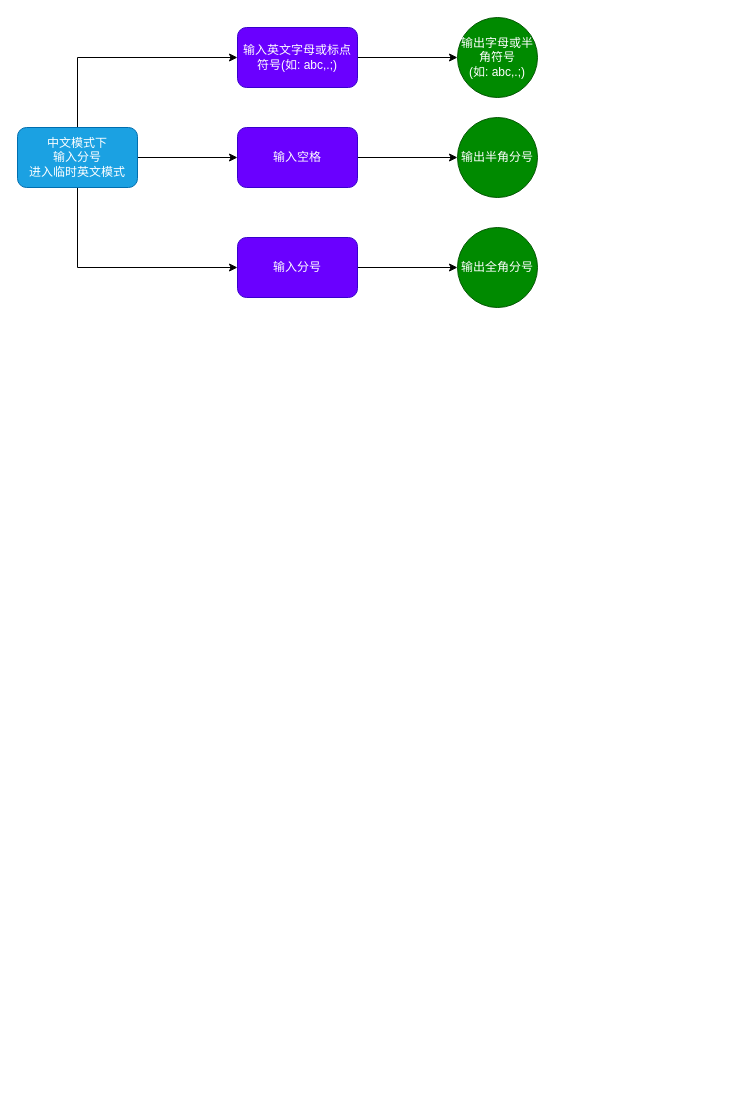
Before: 临时英文模式.drawio in qwertyyb/draw.io, a draw.io diagram. Source tidied: cells renumbered, new cells numbered last; positions are measured from the earlier drawing's top-left corner, leaving out a move shared by most shapes. Both pictures are drawn from the tidied source at 100%, with x=0, y=0 at pixel (17, 17).
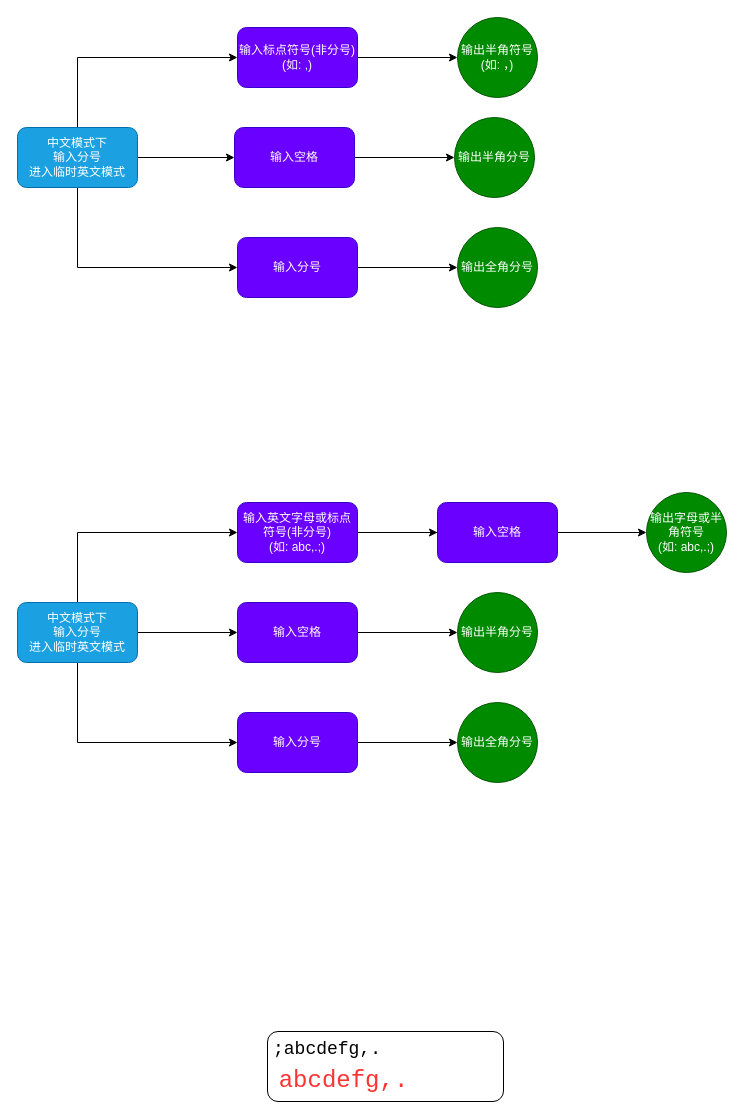
Above is the later version.

Commit message:
更新临时英文模式.drawio

Unchanged cells that the change refers to:
```xml
<mxCell id="5" value="中文模式下&lt;br&gt;输入分号&lt;br&gt;进入临时英文模式" style="rounded=1;whiteSpace=wrap;html=1;fillColor=#1ba1e2;fontColor=#ffffff;strokeColor=#006EAF;" parent="1" vertex="1">
  <mxGeometry y="110" width="120" height="60" as="geometry" />
</mxCell>
```

Change to the diagram source:
```diff
@@
-    <mxCell id="4" style="edgeStyle=orthogonalEdgeStyle;rounded=0;jettySize=auto;html=1;exitX=1;exitY=0.5;exitDx=0;exitDy=0;entryX=0;entryY=0.5;entryDx=0;entryDy=0;" parent="1" edge="1" source="5" target="9">
-      <mxGeometry relative="1" as="geometry" />
-    </mxCell>
+    <mxCell id="15" style="edgeStyle=orthogonalEdgeStyle;rounded=0;jettySize=auto;html=1;exitX=1;exitY=0.5;exitDx=0;exitDy=0;" parent="1" edge="1" source="5" target="31">
+      <mxGeometry relative="1" as="geometry" />
+    </mxCell>
@@
-    <mxCell id="7" value="输入英文字母或标点符号(如: abc,.;)" style="rounded=1;whiteSpace=wrap;html=1;fillColor=#6a00ff;fontColor=#ffffff;strokeColor=#3700CC;" parent="1" vertex="1">
+    <mxCell id="7" value="输入标点符号(非分号)&lt;br&gt;(如: ,)" style="rounded=1;whiteSpace=wrap;html=1;fillColor=#6a00ff;fontColor=#ffffff;strokeColor=#3700CC;" parent="1" vertex="1">
       <mxGeometry x="220" y="10" width="120" height="60" as="geometry" />
     </mxCell>
-    <mxCell id="8" style="edgeStyle=orthogonalEdgeStyle;rounded=0;jettySize=auto;html=1;" parent="1" edge="1" source="9" target="12">
-      <mxGeometry relative="1" as="geometry" />
-    </mxCell>
-    <mxCell id="9" value="输入空格" style="rounded=1;whiteSpace=wrap;html=1;fillColor=#6a00ff;fontColor=#ffffff;strokeColor=#3700CC;" parent="1" vertex="1">
-      <mxGeometry x="220" y="110" width="120" height="60" as="geometry" />
-    </mxCell>
@@
-    <mxCell id="12" value="输出半角分号" style="ellipse;whiteSpace=wrap;html=1;rounded=1;fillColor=#008a00;fontColor=#ffffff;strokeColor=#005700;" parent="1" vertex="1">
-      <mxGeometry x="440" y="100" width="80" height="80" as="geometry" />
-    </mxCell>
@@
-    <mxCell id="14" value="输出字母或半角符号&lt;br&gt;(如: abc,.;)" style="ellipse;whiteSpace=wrap;html=1;rounded=1;fillColor=#008a00;fontColor=#ffffff;strokeColor=#005700;" parent="1" vertex="1">
+    <mxCell id="14" value="输出半角符号&lt;br&gt;(如: ，)" style="ellipse;whiteSpace=wrap;html=1;rounded=1;fillColor=#008a00;fontColor=#ffffff;strokeColor=#005700;" parent="1" vertex="1">
       <mxGeometry x="440" width="80" height="80" as="geometry" />
     </mxCell>
+    <mxCell id="16" style="edgeStyle=orthogonalEdgeStyle;rounded=0;jettySize=auto;html=1;exitX=0.5;exitY=0;exitDx=0;exitDy=0;entryX=0;entryY=0.5;entryDx=0;entryDy=0;" parent="1" edge="1" source="19" target="22">
+      <mxGeometry relative="1" as="geometry" />
+    </mxCell>
+    <mxCell id="17" style="edgeStyle=orthogonalEdgeStyle;rounded=0;jettySize=auto;html=1;exitX=0.5;exitY=1;exitDx=0;exitDy=0;entryX=0;entryY=0.5;entryDx=0;entryDy=0;" parent="1" edge="1" source="19" target="26">
+      <mxGeometry relative="1" as="geometry" />
+    </mxCell>
+    <mxCell id="18" style="edgeStyle=orthogonalEdgeStyle;rounded=0;jettySize=auto;html=1;exitX=1;exitY=0.5;exitDx=0;exitDy=0;entryX=0;entryY=0.5;entryDx=0;entryDy=0;" parent="1" edge="1" source="19" target="24">
+      <mxGeometry relative="1" as="geometry" />
+    </mxCell>
+    <mxCell id="19" value="中文模式下&lt;br&gt;输入分号&lt;br&gt;进入临时英文模式" style="rounded=1;whiteSpace=wrap;html=1;fillColor=#1ba1e2;fontColor=#ffffff;strokeColor=#006EAF;" parent="1" vertex="1">
+      <mxGeometry y="585" width="120" height="60" as="geometry" />
+    </mxCell>
+    <mxCell id="20" style="edgeStyle=orthogonalEdgeStyle;rounded=0;jettySize=auto;html=1;" parent="1" edge="1" source="22" target="29">
+      <mxGeometry relative="1" as="geometry" />
+    </mxCell>
+    <mxCell id="21" style="edgeStyle=orthogonalEdgeStyle;rounded=0;jettySize=auto;html=1;" parent="1" edge="1" source="22" target="33">
+      <mxGeometry relative="1" as="geometry" />
+    </mxCell>
+    <mxCell id="22" value="输入英文字母或标点符号(非分号)&lt;br&gt;(如: abc,.;)" style="rounded=1;whiteSpace=wrap;html=1;fillColor=#6a00ff;fontColor=#ffffff;strokeColor=#3700CC;" parent="1" vertex="1">
+      <mxGeometry x="220" y="485" width="120" height="60" as="geometry" />
+    </mxCell>
+    <mxCell id="23" style="edgeStyle=orthogonalEdgeStyle;rounded=0;jettySize=auto;html=1;" parent="1" edge="1" source="24" target="27">
+      <mxGeometry relative="1" as="geometry" />
+    </mxCell>
+    <mxCell id="24" value="输入空格" style="rounded=1;whiteSpace=wrap;html=1;fillColor=#6a00ff;fontColor=#ffffff;strokeColor=#3700CC;" parent="1" vertex="1">
+      <mxGeometry x="220" y="585" width="120" height="60" as="geometry" />
+    </mxCell>
+    <mxCell id="25" style="edgeStyle=orthogonalEdgeStyle;rounded=0;jettySize=auto;html=1;" parent="1" edge="1" source="26" target="28">
+      <mxGeometry relative="1" as="geometry" />
+    </mxCell>
+    <mxCell id="26" value="输入分号" style="rounded=1;whiteSpace=wrap;html=1;fillColor=#6a00ff;fontColor=#ffffff;strokeColor=#3700CC;" parent="1" vertex="1">
+      <mxGeometry x="220" y="695" width="120" height="60" as="geometry" />
+    </mxCell>
+    <mxCell id="27" value="输出半角分号" style="ellipse;whiteSpace=wrap;html=1;rounded=1;fillColor=#008a00;fontColor=#ffffff;strokeColor=#005700;" parent="1" vertex="1">
+      <mxGeometry x="440" y="575" width="80" height="80" as="geometry" />
+    </mxCell>
+    <mxCell id="28" value="输出全角分号" style="ellipse;whiteSpace=wrap;html=1;rounded=1;fillColor=#008a00;fontColor=#ffffff;strokeColor=#005700;" parent="1" vertex="1">
+      <mxGeometry x="440" y="685" width="80" height="80" as="geometry" />
+    </mxCell>
+    <mxCell id="29" value="输出字母或半角符号&lt;br&gt;(如: abc,.;)" style="ellipse;whiteSpace=wrap;html=1;rounded=1;fillColor=#008a00;fontColor=#ffffff;strokeColor=#005700;" parent="1" vertex="1">
+      <mxGeometry x="629" y="475" width="80" height="80" as="geometry" />
+    </mxCell>
+    <mxCell id="30" style="edgeStyle=orthogonalEdgeStyle;rounded=0;jettySize=auto;html=1;" parent="1" edge="1" source="31" target="32">
+      <mxGeometry relative="1" as="geometry" />
+    </mxCell>
+    <mxCell id="31" value="输入空格" style="rounded=1;whiteSpace=wrap;html=1;fillColor=#6a00ff;fontColor=#ffffff;strokeColor=#3700CC;" parent="1" vertex="1">
+      <mxGeometry x="217" y="110" width="120" height="60" as="geometry" />
+    </mxCell>
+    <mxCell id="32" value="输出半角分号" style="ellipse;whiteSpace=wrap;html=1;rounded=1;fillColor=#008a00;fontColor=#ffffff;strokeColor=#005700;" parent="1" vertex="1">
+      <mxGeometry x="437" y="100" width="80" height="80" as="geometry" />
+    </mxCell>
+    <mxCell id="33" value="输入空格" style="rounded=1;whiteSpace=wrap;html=1;fillColor=#6a00ff;fontColor=#ffffff;strokeColor=#3700CC;" parent="1" vertex="1">
+      <mxGeometry x="420" y="485" width="120" height="60" as="geometry" />
+    </mxCell>
+    <mxCell id="34" style="rounded=1;whiteSpace=wrap;html=1;" parent="1" vertex="1">
+      <mxGeometry x="250" y="1014" width="236" height="70" as="geometry" />
+    </mxCell>
+    <mxCell id="35" value=";abcdefg,." style="text;html=1;strokeColor=none;fillColor=none;align=center;verticalAlign=middle;whiteSpace=wrap;rounded=0;fontSize=18;fontFamily=Courier New;" parent="1" vertex="1">
+      <mxGeometry x="256" y="1017" width="108" height="30" as="geometry" />
+    </mxCell>
+    <mxCell id="36" value="abcdefg,." style="text;strokeColor=none;fillColor=none;align=center;verticalAlign=middle;whiteSpace=wrap;rounded=0;fontSize=24;fontColor=#FF3333;spacing=2;html=1;spacingTop=0;fontFamily=Courier New;" parent="1" vertex="1">
+      <mxGeometry x="258" y="1049" width="137" height="30" as="geometry" />
+    </mxCell>
```
